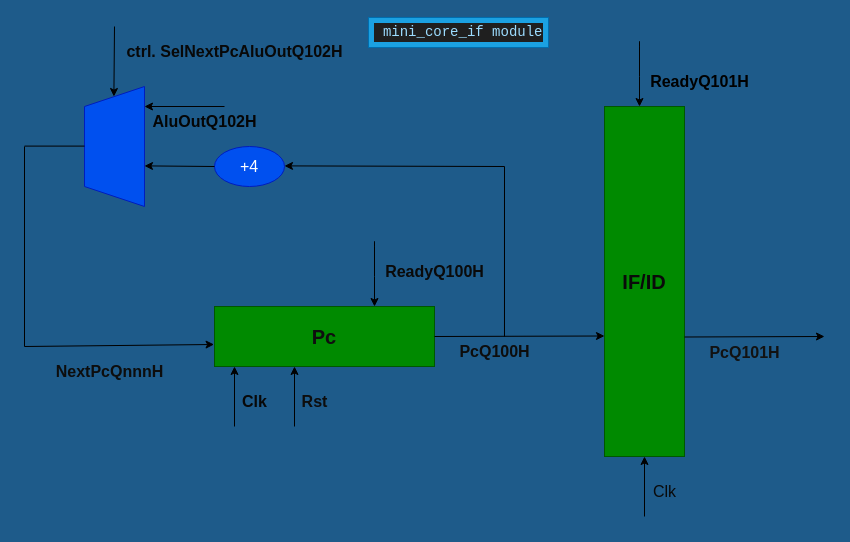
FPGA-MAFIA/fpga_mafia_wiki keeps this draw.io diagram as static/drawio/mini_core.drawio. Above is the earlier version. Source tidied: cells renumbered, new cells numbered last; positions are measured from the earlier drawing's top-left corner, leaving out a move shared by most shapes. Both pictures are drawn from the tidied source at 100%, with x=0, y=0 at pixel (24, 17).
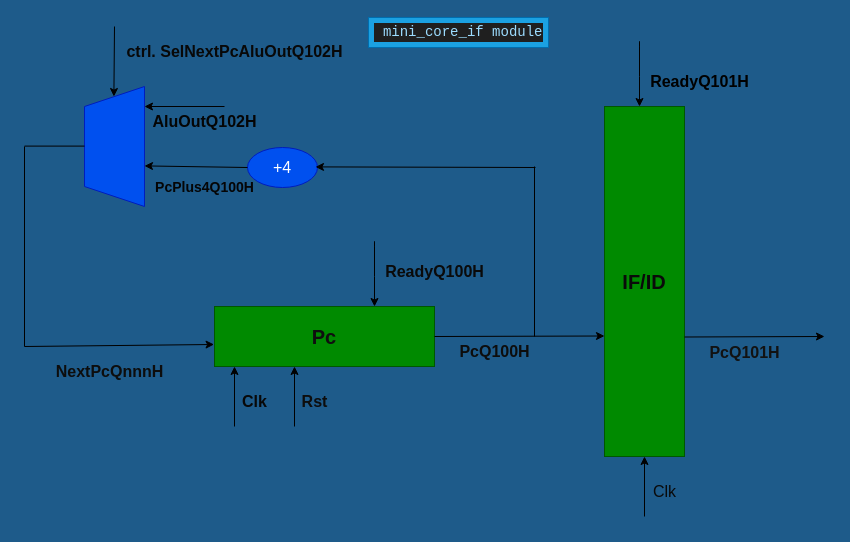
Above is the later version.

Unchanged cells that the change refers to:
```xml
<mxCell id="10" value="&lt;font style=&quot;font-size: 16px;&quot;&gt;PcQ100H&lt;/font&gt;" style="text;html=1;align=center;verticalAlign=middle;points=[];strokeColor=none;fillColor=none;fontSize=12;fontColor=#0d0d0d;fontStyle=1;" parent="1" vertex="1">
  <mxGeometry x="425" y="319" width="90" height="30" as="geometry" />
</mxCell>
```

Change to the diagram source:
```diff
@@
     <mxCell id="26" value="+4" style="ellipse;whiteSpace=wrap;html=1;fontSize=16;fontColor=#ffffff;fillColor=#0050ef;strokeColor=#001DBC;" parent="1" vertex="1">
-      <mxGeometry x="190" y="129" width="70" height="40" as="geometry" />
+      <mxGeometry x="223" y="130" width="70" height="40" as="geometry" />
     </mxCell>
@@
     <mxCell id="28" style="endArrow=classic;html=1;fontSize=16;fontColor=#9CDCFE;" parent="1" edge="1">
       <mxGeometry relative="1" as="geometry">
-        <mxPoint x="480" y="149" as="sourcePoint" />
-        <mxPoint x="260" y="148.4" as="targetPoint" />
+        <mxPoint x="511" y="150" as="sourcePoint" />
+        <mxPoint x="291" y="149.4" as="targetPoint" />
       </mxGeometry>
     </mxCell>
-    <mxCell id="29" style="endArrow=none;html=1;fontSize=16;fontColor=#9CDCFE;exitX=0.611;exitY=0;exitDx=0;exitDy=0;exitPerimeter=0;" parent="1" edge="1" source="10">
+    <mxCell id="29" style="endArrow=none;html=1;fontSize=16;fontColor=#9CDCFE;" parent="1" edge="1">
       <mxGeometry relative="1" as="geometry">
-        <mxPoint x="480" y="149" as="targetPoint" />
+        <mxPoint x="510" y="319" as="sourcePoint" />
+        <mxPoint x="510" y="149" as="targetPoint" />
       </mxGeometry>
     </mxCell>
@@
+    <mxCell id="32" value="PcPlus4Q100H" style="text;html=1;align=center;verticalAlign=middle;strokeColor=none;fillColor=none;fontSize=14;fontColor=#050505;fontStyle=1;" parent="1" vertex="1">
+      <mxGeometry x="121.5" y="155" width="117" height="29" as="geometry" />
+    </mxCell>
```
